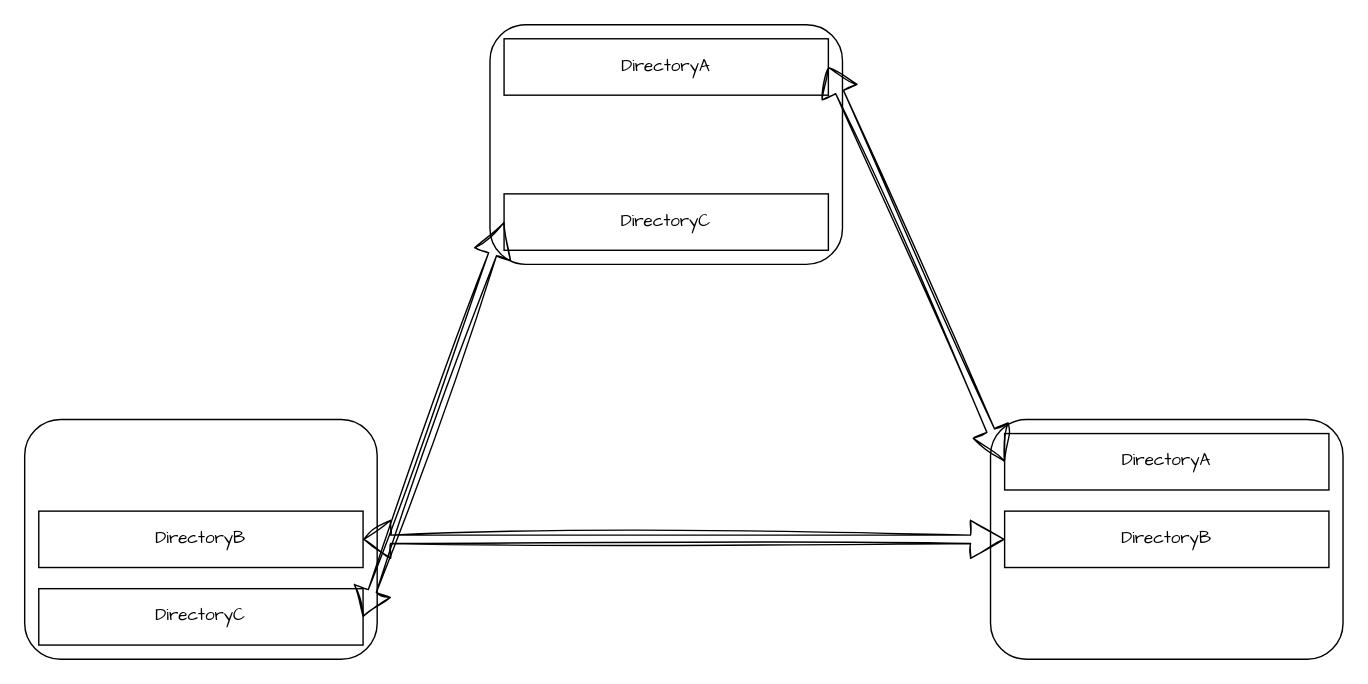
The draw.io diagram architecture/文件传输.drawio in LanSeTianYe/draw, before the edit. Source tidied: cells renumbered, new cells numbered last; positions are measured from the earlier drawing's top-left corner, leaving out a move shared by most shapes. Both pictures are drawn from the tidied source at 141%, with x=0, y=0 at pixel (24, 24).
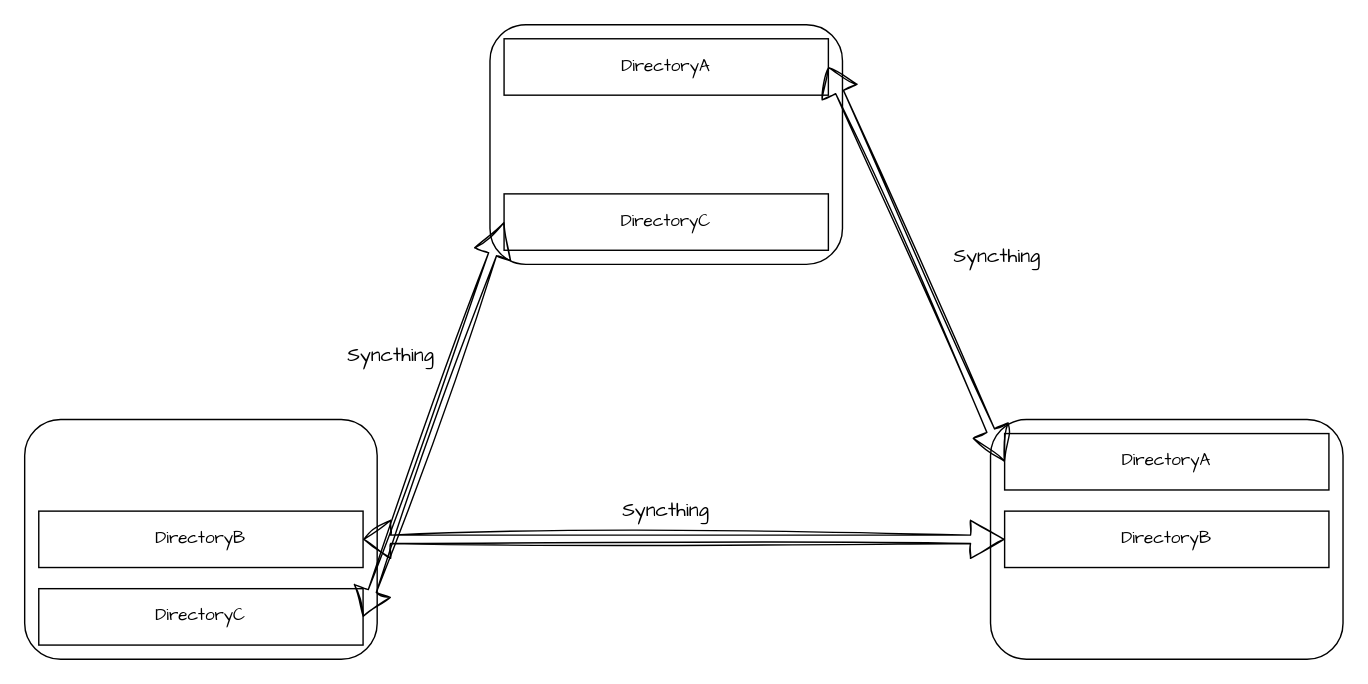
The same page after the edit.

Commit message (it also covers changes not shown here):
更新文件传输.drawio

The edit, as a diff of the source:
```diff
@@
 <mxGraphModel>
   <root>
     <mxCell id="0" />
     <mxCell id="1" parent="0" />
     <mxCell id="2" style="rounded=1;whiteSpace=wrap;html=1;hachureGap=4;fontFamily=Architects Daughter;fillColor=default;" parent="1" vertex="1">
       <mxGeometry x="330" width="250" height="170" as="geometry" />
     </mxCell>
     <mxCell id="3" value="DirectoryA" style="rounded=0;whiteSpace=wrap;html=1;hachureGap=4;fontFamily=Architects Daughter;" parent="1" vertex="1">
       <mxGeometry x="340" y="10" width="230" height="40" as="geometry" />
     </mxCell>
     <mxCell id="4" value="DirectoryC" style="rounded=0;whiteSpace=wrap;html=1;hachureGap=4;fontFamily=Architects Daughter;" parent="1" vertex="1">
       <mxGeometry x="340" y="120" width="230" height="40" as="geometry" />
     </mxCell>
     <mxCell id="5" style="rounded=1;whiteSpace=wrap;html=1;hachureGap=4;fontFamily=Architects Daughter;fillColor=default;" parent="1" vertex="1">
       <mxGeometry y="280" width="250" height="170" as="geometry" />
     </mxCell>
     <mxCell id="6" value="DirectoryB" style="rounded=0;whiteSpace=wrap;html=1;hachureGap=4;fontFamily=Architects Daughter;" parent="1" vertex="1">
       <mxGeometry x="10" y="345" width="230" height="40" as="geometry" />
     </mxCell>
     <mxCell id="7" value="DirectoryC" style="rounded=0;whiteSpace=wrap;html=1;hachureGap=4;fontFamily=Architects Daughter;" parent="1" vertex="1">
       <mxGeometry x="10" y="400" width="230" height="40" as="geometry" />
     </mxCell>
     <mxCell id="8" style="rounded=1;whiteSpace=wrap;html=1;hachureGap=4;fontFamily=Architects Daughter;fillColor=default;" parent="1" vertex="1">
       <mxGeometry x="685" y="280" width="250" height="170" as="geometry" />
     </mxCell>
     <mxCell id="9" value="DirectoryA" style="rounded=0;whiteSpace=wrap;html=1;hachureGap=4;fontFamily=Architects Daughter;" parent="1" vertex="1">
       <mxGeometry x="695" y="290" width="230" height="40" as="geometry" />
     </mxCell>
     <mxCell id="10" value="DirectoryB" style="rounded=0;whiteSpace=wrap;html=1;hachureGap=4;fontFamily=Architects Daughter;" parent="1" vertex="1">
       <mxGeometry x="695" y="345" width="230" height="40" as="geometry" />
     </mxCell>
     <mxCell id="11" style="shape=flexArrow;endArrow=classic;startArrow=classic;html=1;rounded=0;sketch=1;hachureGap=4;jiggle=2;curveFitting=1;fontFamily=Architects Daughter;width=6;endSize=7.56;entryX=0;entryY=0.5;entryDx=0;entryDy=0;exitX=1;exitY=0.5;exitDx=0;exitDy=0;" parent="1" edge="1" source="7" target="4">
       <mxGeometry relative="1" as="geometry" />
     </mxCell>
     <mxCell id="12" style="shape=flexArrow;endArrow=classic;startArrow=classic;html=1;rounded=0;sketch=1;hachureGap=4;jiggle=2;curveFitting=1;fontFamily=Architects Daughter;width=6;endSize=7.56;entryX=0;entryY=0.5;entryDx=0;entryDy=0;exitX=1;exitY=0.5;exitDx=0;exitDy=0;" parent="1" edge="1" source="6" target="10">
       <mxGeometry relative="1" as="geometry" />
     </mxCell>
     <mxCell id="13" style="shape=flexArrow;endArrow=classic;startArrow=classic;html=1;rounded=0;sketch=1;hachureGap=4;jiggle=2;curveFitting=1;fontFamily=Architects Daughter;width=6;endSize=7.56;exitX=1;exitY=0.5;exitDx=0;exitDy=0;entryX=0;entryY=0.5;entryDx=0;entryDy=0;" parent="1" edge="1" source="3" target="9">
       <mxGeometry relative="1" as="geometry" />
     </mxCell>
+    <mxCell id="14" value="&lt;font style=&quot;font-size: 14px;&quot;&gt;Syncthing&lt;/font&gt;" style="text;html=1;align=center;verticalAlign=middle;whiteSpace=wrap;rounded=0;fontFamily=Architects Daughter;" parent="1" vertex="1">
+      <mxGeometry x="220" y="220" width="80" height="30" as="geometry" />
+    </mxCell>
+    <mxCell id="15" value="&lt;font style=&quot;font-size: 14px;&quot;&gt;Syncthing&lt;/font&gt;" style="text;html=1;align=center;verticalAlign=middle;whiteSpace=wrap;rounded=0;fontFamily=Architects Daughter;" parent="1" vertex="1">
+      <mxGeometry x="415" y="330" width="80" height="30" as="geometry" />
+    </mxCell>
+    <mxCell id="16" value="&lt;font style=&quot;font-size: 14px;&quot;&gt;Syncthing&lt;/font&gt;" style="text;html=1;align=center;verticalAlign=middle;whiteSpace=wrap;rounded=0;fontFamily=Architects Daughter;" parent="1" vertex="1">
+      <mxGeometry x="650" y="150" width="80" height="30" as="geometry" />
+    </mxCell>
   </root>
 </mxGraphModel>
```
